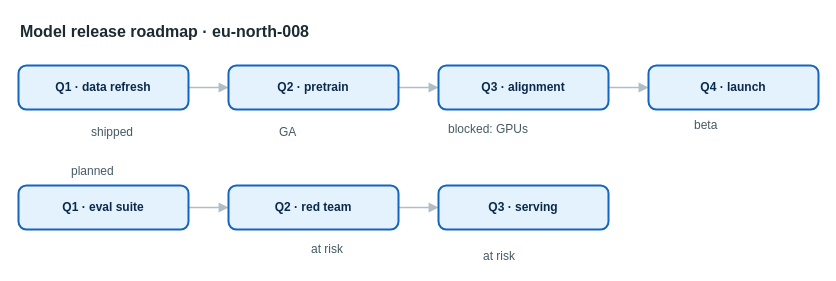
This is apps/web/public/samples/library/008-model-release-roadmap.drawio from AryanG01/open-apprentice, a draw.io file, before an edit. Source tidied: cells renumbered, new cells numbered last; positions are measured from the earlier drawing's top-left corner, leaving out a move shared by most shapes. Both pictures are drawn from the tidied source at 100%, with x=0, y=0 at pixel (18, 17).
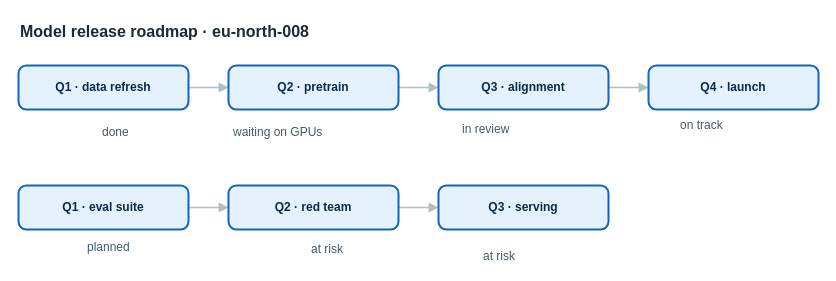
The same page after the edit.

Diff of the diagram source:
```diff
@@
-    <mxCell id="15" value="shipped" style="text;html=1;align=left;verticalAlign=top;whiteSpace=nowrap;spacing=0;spacingTop=0;strokeColor=none;fillColor=none;fontSize=12;fontColor=#455a64;" parent="1" vertex="1">
-      <mxGeometry x="73" y="103" width="61" height="20" as="geometry" />
+    <mxCell id="15" value="done" style="text;html=1;align=left;verticalAlign=top;whiteSpace=nowrap;spacing=0;spacingTop=0;strokeColor=none;fillColor=none;fontSize=12;fontColor=#455a64;" parent="1" vertex="1">
+      <mxGeometry x="84" y="103" width="40" height="20" as="geometry" />
     </mxCell>
-    <mxCell id="16" value="GA" style="text;html=1;align=left;verticalAlign=top;whiteSpace=nowrap;spacing=0;spacingTop=0;strokeColor=none;fillColor=none;fontSize=12;fontColor=#455a64;" parent="1" vertex="1">
-      <mxGeometry x="261" y="103" width="26" height="20" as="geometry" />
+    <mxCell id="16" value="waiting on GPUs" style="text;html=1;align=left;verticalAlign=top;whiteSpace=nowrap;spacing=0;spacingTop=0;strokeColor=none;fillColor=none;fontSize=12;fontColor=#455a64;" parent="1" vertex="1">
+      <mxGeometry x="215" y="103" width="117" height="20" as="geometry" />
     </mxCell>
-    <mxCell id="17" value="blocked: GPUs" style="text;html=1;align=left;verticalAlign=top;whiteSpace=nowrap;spacing=0;spacingTop=0;strokeColor=none;fillColor=none;fontSize=12;fontColor=#455a64;" parent="1" vertex="1">
-      <mxGeometry x="430" y="100" width="103" height="20" as="geometry" />
+    <mxCell id="17" value="in review" style="text;html=1;align=left;verticalAlign=top;whiteSpace=nowrap;spacing=0;spacingTop=0;strokeColor=none;fillColor=none;fontSize=12;fontColor=#455a64;" parent="1" vertex="1">
+      <mxGeometry x="444" y="100" width="75" height="20" as="geometry" />
     </mxCell>
-    <mxCell id="18" value="beta" style="text;html=1;align=left;verticalAlign=top;whiteSpace=nowrap;spacing=0;spacingTop=0;strokeColor=none;fillColor=none;fontSize=12;fontColor=#455a64;" parent="1" vertex="1">
-      <mxGeometry x="676" y="96" width="40" height="20" as="geometry" />
+    <mxCell id="18" value="on track" style="text;html=1;align=left;verticalAlign=top;whiteSpace=nowrap;spacing=0;spacingTop=0;strokeColor=none;fillColor=none;fontSize=12;fontColor=#455a64;" parent="1" vertex="1">
+      <mxGeometry x="662" y="96" width="68" height="20" as="geometry" />
     </mxCell>
     <mxCell id="19" value="planned" style="text;html=1;align=left;verticalAlign=top;whiteSpace=nowrap;spacing=0;spacingTop=0;strokeColor=none;fillColor=none;fontSize=12;fontColor=#455a64;" parent="1" vertex="1">
-      <mxGeometry x="53" y="142" width="61" height="20" as="geometry" />
+      <mxGeometry x="69" y="218" width="61" height="20" as="geometry" />
     </mxCell>
```
